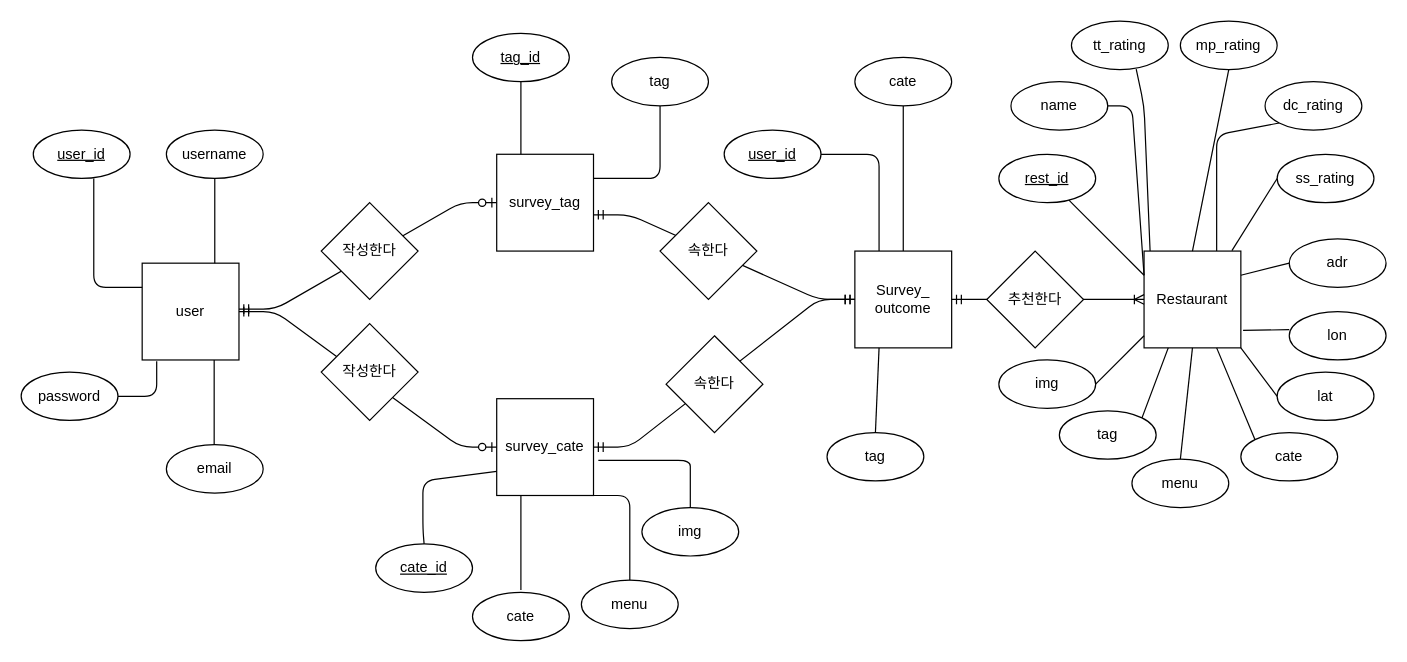
Earlier version of the draw.io diagram Untitled Diagram.drawio (agfechoi/RSVP). Source tidied: cells renumbered, new cells numbered last; positions are measured from the earlier drawing's top-left corner, leaving out a move shared by most shapes. Both pictures are drawn from the tidied source at 121%, with x=0, y=0 at pixel (21, 21).
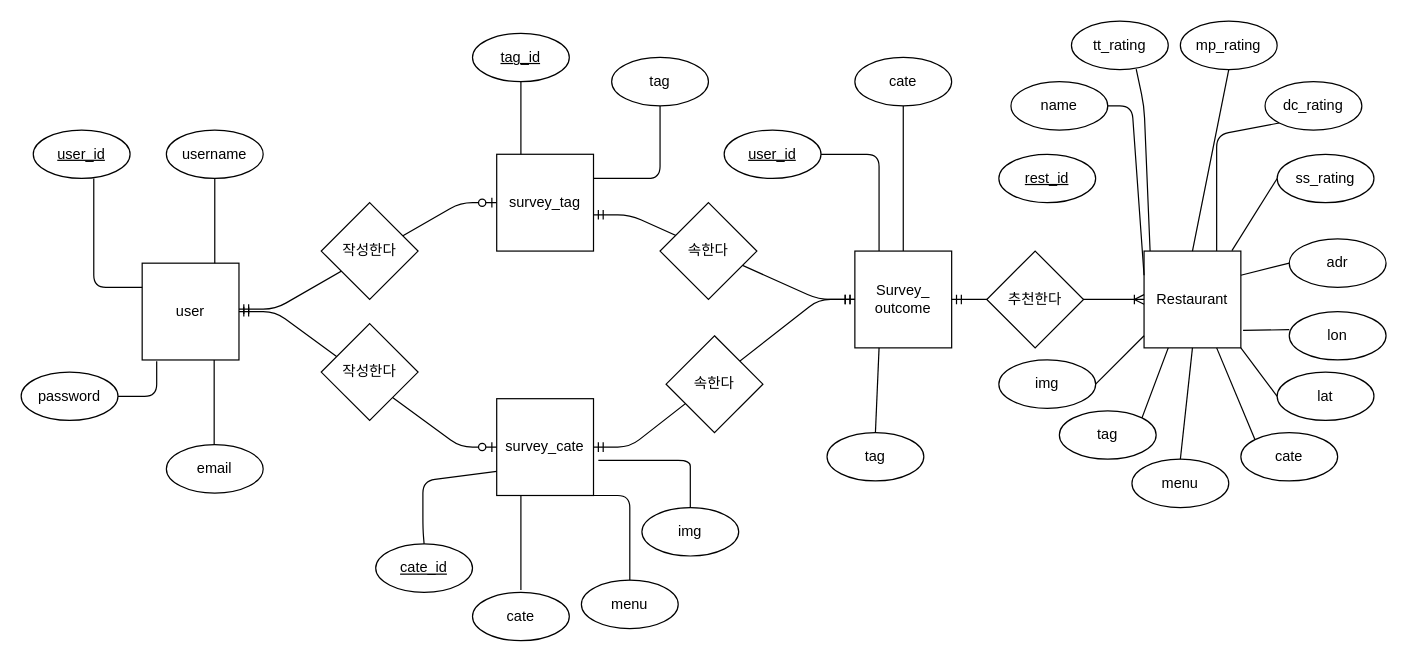
Above is the later version.

The change refers to these unchanged cells:
```xml
<mxCell id="38" value="Restaurant" style="whiteSpace=wrap;html=1;strokeColor=#000000;" parent="1" vertex="1">
  <mxGeometry x="928" y="190" width="80" height="80" as="geometry" />
</mxCell>
<mxCell id="67" value="&lt;u&gt;rest_id&lt;/u&gt;" style="ellipse;whiteSpace=wrap;html=1;" parent="1" vertex="1">
  <mxGeometry x="808" y="110" width="80" height="40" as="geometry" />
</mxCell>
```

What changed in the source:
```diff
@@
-    <mxCell id="68" style="endArrow=none;html=1;exitX=0;exitY=0.25;exitDx=0;exitDy=0;" parent="1" edge="1" source="38" target="67">
-      <mxGeometry relative="1" as="geometry" />
-    </mxCell>
```
